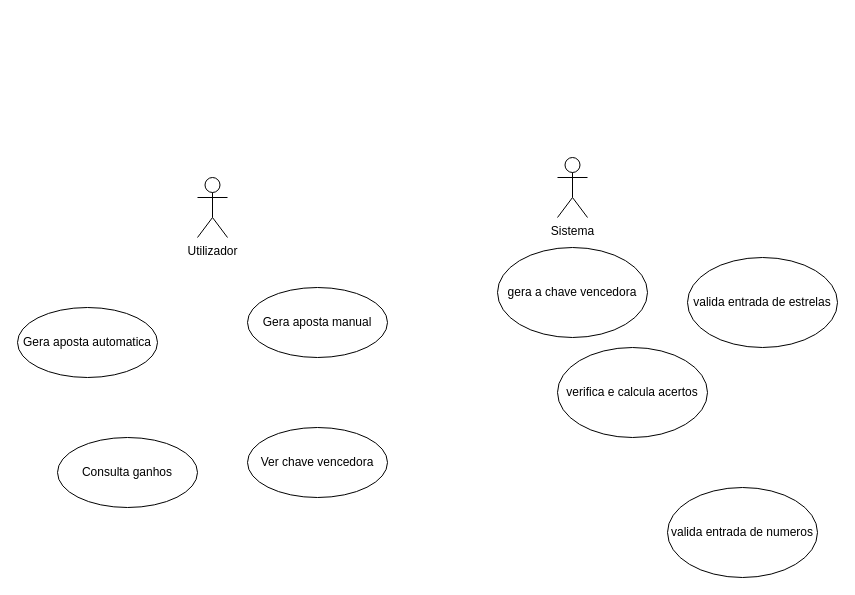
Before: page "Use cases" (1 of 2) of Use_cases_euromilhoes.drawio in danielarraiol02/tpsi-oop-2065422-25, a draw.io diagram. Source tidied: cells renumbered, new cells numbered last; positions are measured from the earlier drawing's top-left corner, leaving out a move shared by most shapes. Both pictures are drawn from the tidied source at 100%, with x=0, y=0 at pixel (17, 157).
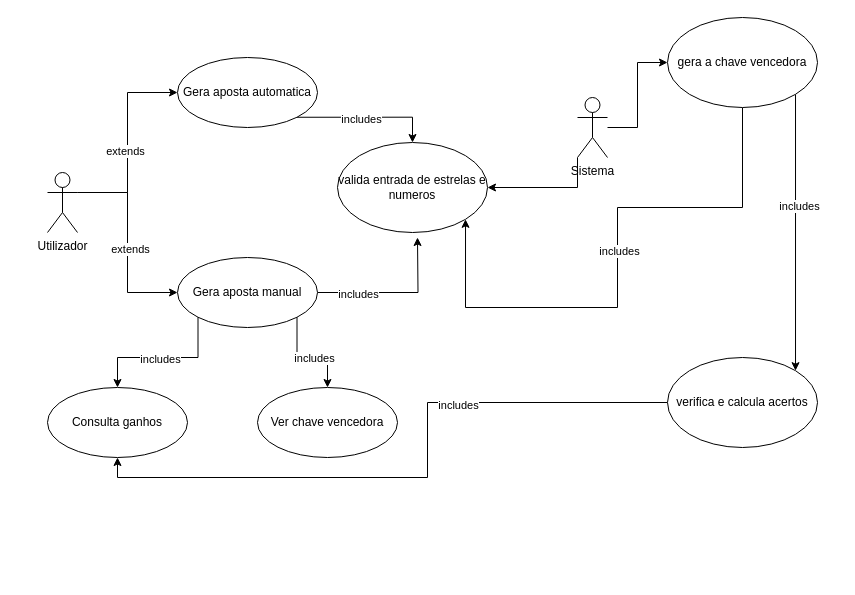
Above is the later version.

The edit, as a diff of the source:
```diff
@@
+    <mxCell id="12" style="edgeStyle=orthogonalEdgeStyle;rounded=0;jettySize=auto;html=1;exitX=1;exitY=0.3333333333333333;exitDx=0;exitDy=0;exitPerimeter=0;entryX=0;entryY=0.5;entryDx=0;entryDy=0;" parent="1" edge="1" source="2" target="4">
+      <mxGeometry relative="1" as="geometry" />
+    </mxCell>
+    <mxCell id="13" value="extends" style="edgeLabel;html=1;align=center;verticalAlign=middle;" parent="12" vertex="1">
+      <mxGeometry x="-0.08" y="3" relative="1" as="geometry" />
+    </mxCell>
+    <mxCell id="14" style="edgeStyle=orthogonalEdgeStyle;rounded=0;jettySize=auto;html=1;exitX=1;exitY=0.3333333333333333;exitDx=0;exitDy=0;exitPerimeter=0;entryX=0;entryY=0.5;entryDx=0;entryDy=0;" parent="1" edge="1" source="2" target="5">
+      <mxGeometry relative="1" as="geometry" />
+    </mxCell>
+    <mxCell id="15" value="extends" style="edgeLabel;html=1;align=center;verticalAlign=middle;" parent="14" vertex="1">
+      <mxGeometry x="0.06" y="2" relative="1" as="geometry" />
+    </mxCell>
     <mxCell id="2" value="Utilizador" style="shape=umlActor;verticalLabelPosition=bottom;verticalAlign=top;html=1;" parent="1" vertex="1">
-      <mxGeometry x="180" y="20" width="30" height="60" as="geometry" />
+      <mxGeometry x="30" y="15" width="30" height="60" as="geometry" />
     </mxCell>
+    <mxCell id="16" style="edgeStyle=orthogonalEdgeStyle;rounded=0;jettySize=auto;html=1;entryX=0;entryY=0.5;entryDx=0;entryDy=0;" parent="1" edge="1" source="3" target="11">
+      <mxGeometry relative="1" as="geometry" />
+    </mxCell>
+    <mxCell id="17" style="edgeStyle=orthogonalEdgeStyle;rounded=0;jettySize=auto;html=1;exitX=0;exitY=1;exitDx=0;exitDy=0;exitPerimeter=0;" parent="1" edge="1" source="3" target="8">
+      <mxGeometry relative="1" as="geometry" />
+    </mxCell>
     <mxCell id="3" value="Sistema" style="shape=umlActor;verticalLabelPosition=bottom;verticalAlign=top;html=1;" parent="1" vertex="1">
-      <mxGeometry x="540" width="30" height="60" as="geometry" />
+      <mxGeometry x="560" y="-60" width="30" height="60" as="geometry" />
     </mxCell>
+    <mxCell id="18" style="edgeStyle=orthogonalEdgeStyle;rounded=0;jettySize=auto;html=1;exitX=1;exitY=1;exitDx=0;exitDy=0;" parent="1" edge="1" source="4" target="8">
+      <mxGeometry relative="1" as="geometry" />
+    </mxCell>
+    <mxCell id="19" value="includes" style="edgeLabel;html=1;align=center;verticalAlign=middle;" parent="18" vertex="1">
+      <mxGeometry x="-0.09" y="-2" relative="1" as="geometry" />
+    </mxCell>
     <mxCell id="4" value="Gera aposta automatica" style="ellipse;whiteSpace=wrap;html=1;" parent="1" vertex="1">
-      <mxGeometry y="150" width="140" height="70" as="geometry" />
+      <mxGeometry x="160" y="-100" width="140" height="70" as="geometry" />
     </mxCell>
+    <mxCell id="20" style="edgeStyle=orthogonalEdgeStyle;rounded=0;jettySize=auto;html=1;exitX=1;exitY=0.5;exitDx=0;exitDy=0;" parent="1" edge="1" source="5">
+      <mxGeometry relative="1" as="geometry">
+        <mxPoint x="400" y="80" as="targetPoint" />
+      </mxGeometry>
+    </mxCell>
+    <mxCell id="21" value="includes" style="edgeLabel;html=1;align=center;verticalAlign=middle;" parent="20" vertex="1">
+      <mxGeometry x="-0.49" y="-1" relative="1" as="geometry" />
+    </mxCell>
+    <mxCell id="22" style="edgeStyle=orthogonalEdgeStyle;rounded=0;jettySize=auto;html=1;exitX=0;exitY=1;exitDx=0;exitDy=0;entryX=0.5;entryY=0;entryDx=0;entryDy=0;" parent="1" edge="1" source="5" target="6">
+      <mxGeometry relative="1" as="geometry" />
+    </mxCell>
+    <mxCell id="23" value="includes" style="edgeLabel;html=1;align=center;verticalAlign=middle;" parent="22" vertex="1">
+      <mxGeometry x="0.03" y="1" relative="1" as="geometry" />
+    </mxCell>
+    <mxCell id="24" style="edgeStyle=orthogonalEdgeStyle;rounded=0;jettySize=auto;html=1;exitX=1;exitY=1;exitDx=0;exitDy=0;" parent="1" edge="1" source="5" target="7">
+      <mxGeometry relative="1" as="geometry" />
+    </mxCell>
+    <mxCell id="25" value="includes" style="edgeLabel;html=1;align=center;verticalAlign=middle;" parent="24" vertex="1">
+      <mxGeometry x="0.13" relative="1" as="geometry" />
+    </mxCell>
     <mxCell id="5" value="Gera aposta manual" style="ellipse;whiteSpace=wrap;html=1;" parent="1" vertex="1">
-      <mxGeometry x="230" y="130" width="140" height="70" as="geometry" />
+      <mxGeometry x="160" y="100" width="140" height="70" as="geometry" />
     </mxCell>
     <mxCell id="6" value="Consulta ganhos" style="ellipse;whiteSpace=wrap;html=1;" parent="1" vertex="1">
-      <mxGeometry x="40" y="280" width="140" height="70" as="geometry" />
+      <mxGeometry x="30" y="230" width="140" height="70" as="geometry" />
     </mxCell>
     <mxCell id="7" value="Ver chave vencedora" style="ellipse;whiteSpace=wrap;html=1;" parent="1" vertex="1">
-      <mxGeometry x="230" y="270" width="140" height="70" as="geometry" />
+      <mxGeometry x="240" y="230" width="140" height="70" as="geometry" />
     </mxCell>
-    <mxCell id="8" value="valida entrada de estrelas" style="ellipse;whiteSpace=wrap;html=1;" parent="1" vertex="1">
-      <mxGeometry x="670" y="100" width="150" height="90" as="geometry" />
+    <mxCell id="8" value="valida entrada de estrelas e numeros" style="ellipse;whiteSpace=wrap;html=1;" parent="1" vertex="1">
+      <mxGeometry x="320" y="-15" width="150" height="90" as="geometry" />
     </mxCell>
-    <mxCell id="9" value="valida entrada de numeros" style="ellipse;whiteSpace=wrap;html=1;" parent="1" vertex="1">
-      <mxGeometry x="650" y="330" width="150" height="90" as="geometry" />
-    </mxCell>
+    <mxCell id="26" style="edgeStyle=orthogonalEdgeStyle;rounded=0;jettySize=auto;html=1;entryX=0.5;entryY=1;entryDx=0;entryDy=0;" parent="1" edge="1" source="10" target="6">
+      <mxGeometry relative="1" as="geometry" />
+    </mxCell>
+    <mxCell id="27" value="includes" style="edgeLabel;html=1;align=center;verticalAlign=middle;" parent="26" vertex="1">
+      <mxGeometry x="-0.35" y="2" relative="1" as="geometry" />
+    </mxCell>
     <mxCell id="10" value="verifica e calcula acertos" style="ellipse;whiteSpace=wrap;html=1;" parent="1" vertex="1">
-      <mxGeometry x="540" y="190" width="150" height="90" as="geometry" />
+      <mxGeometry x="650" y="200" width="150" height="90" as="geometry" />
     </mxCell>
+    <mxCell id="28" style="edgeStyle=orthogonalEdgeStyle;rounded=0;jettySize=auto;html=1;exitX=0.5;exitY=1;exitDx=0;exitDy=0;entryX=1;entryY=1;entryDx=0;entryDy=0;" parent="1" edge="1" source="11" target="8">
+      <mxGeometry relative="1" as="geometry">
+        <Array as="points">
+          <mxPoint x="725" y="50" />
+          <mxPoint x="600" y="50" />
+          <mxPoint x="600" y="150" />
+          <mxPoint x="448" y="150" />
+        </Array>
+      </mxGeometry>
+    </mxCell>
+    <mxCell id="29" value="includes" style="edgeLabel;html=1;align=center;verticalAlign=middle;" parent="28" vertex="1">
+      <mxGeometry x="-0.05" y="1" relative="1" as="geometry" />
+    </mxCell>
+    <mxCell id="30" style="edgeStyle=orthogonalEdgeStyle;rounded=0;jettySize=auto;html=1;exitX=1;exitY=1;exitDx=0;exitDy=0;entryX=1;entryY=0;entryDx=0;entryDy=0;" parent="1" edge="1" source="11" target="10">
+      <mxGeometry relative="1" as="geometry" />
+    </mxCell>
+    <mxCell id="31" value="includes" style="edgeLabel;html=1;align=center;verticalAlign=middle;" parent="30" vertex="1">
+      <mxGeometry x="-0.19" y="3" relative="1" as="geometry" />
+    </mxCell>
     <mxCell id="11" value="gera a chave vencedora" style="ellipse;whiteSpace=wrap;html=1;" parent="1" vertex="1">
-      <mxGeometry x="480" y="90" width="150" height="90" as="geometry" />
+      <mxGeometry x="650" y="-140" width="150" height="90" as="geometry" />
     </mxCell>
```
